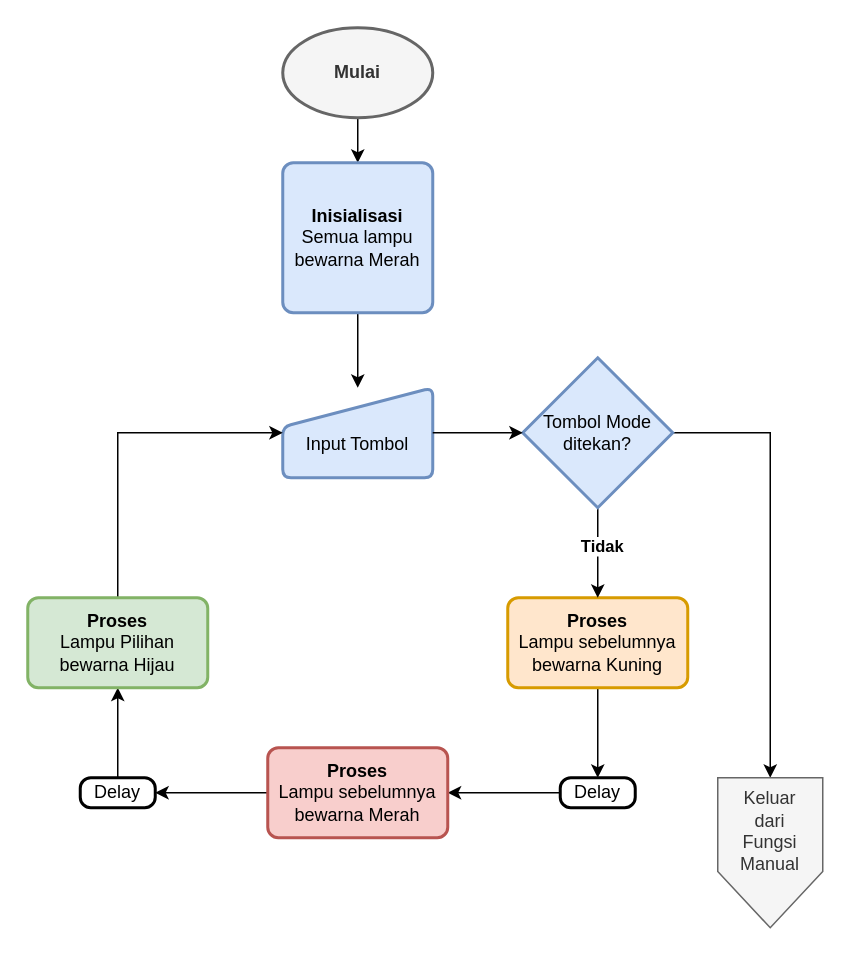
Before: Semester 2/Komunikasi Data/flowchart project.drawio in Hidayadie/Alprog, a draw.io diagram. Source tidied: cells renumbered, new cells numbered last; positions are measured from the earlier drawing's top-left corner, leaving out a move shared by most shapes. Both pictures are drawn from the tidied source at 150%, with x=0, y=0 at pixel (27, 27).
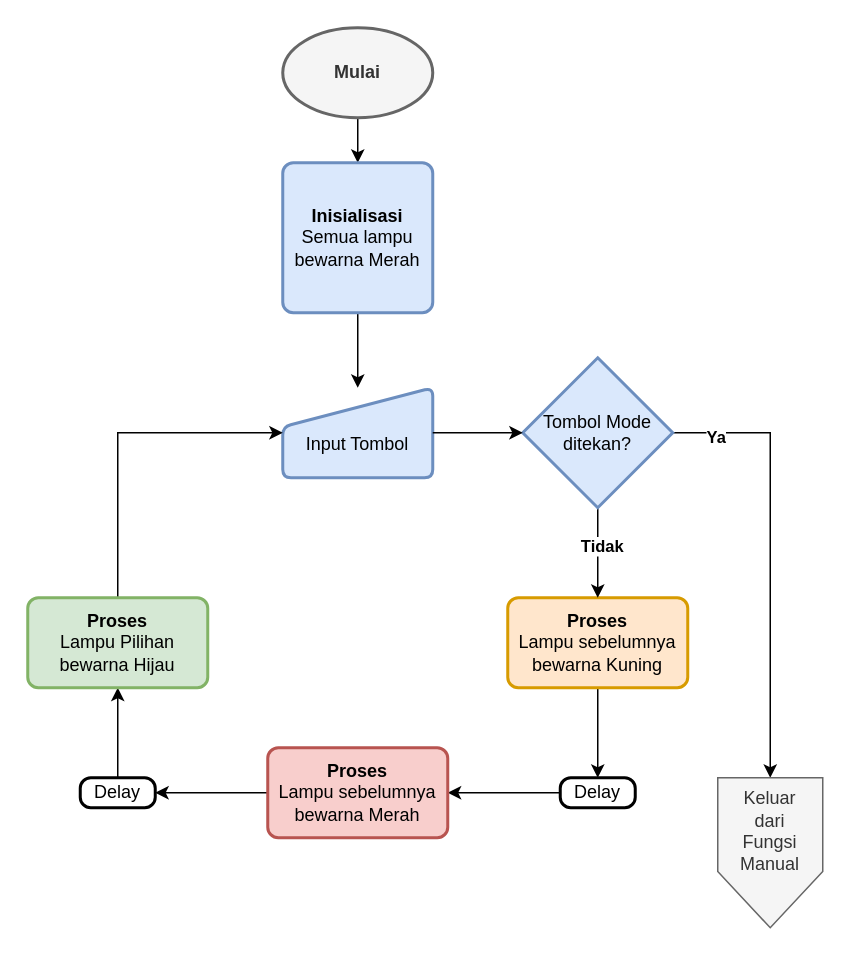
The same page after the edit.

Unchanged cells that the change refers to:
```xml
<mxCell id="19" style="edgeStyle=orthogonalEdgeStyle;rounded=0;jettySize=auto;html=1;exitX=1;exitY=0.5;exitDx=0;exitDy=0;exitPerimeter=0;entryX=0.5;entryY=0;entryDx=0;entryDy=0;" parent="1" edge="1" source="20" target="22">
  <mxGeometry relative="1" as="geometry" />
</mxCell>
```

The edit, as a diff of the source:
```diff
@@
+    <mxCell id="23" value="&lt;b&gt;Ya&lt;/b&gt;" style="edgeLabel;html=1;align=center;verticalAlign=middle;" parent="19" vertex="1">
+      <mxGeometry x="-0.81" y="-2" relative="1" as="geometry" />
+    </mxCell>
```
